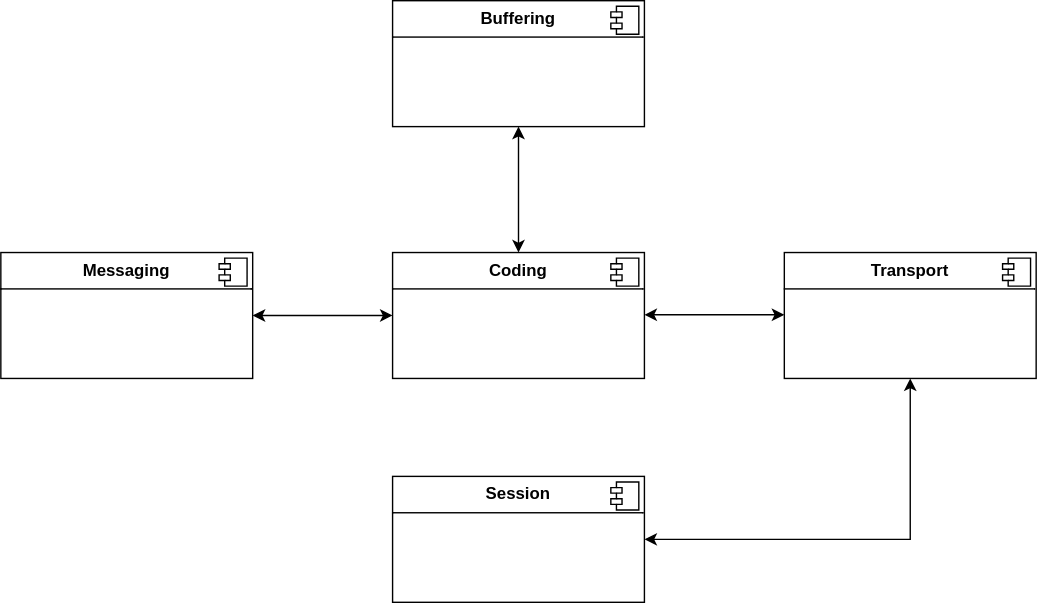
Before: images/core_design.svg, a diagram exported from draw.io (BuzzX8/HyperMsg). Source tidied: cells renumbered, new cells last; positions are measured from the earlier drawing's top-left corner, leaving out a move shared by most shapes.
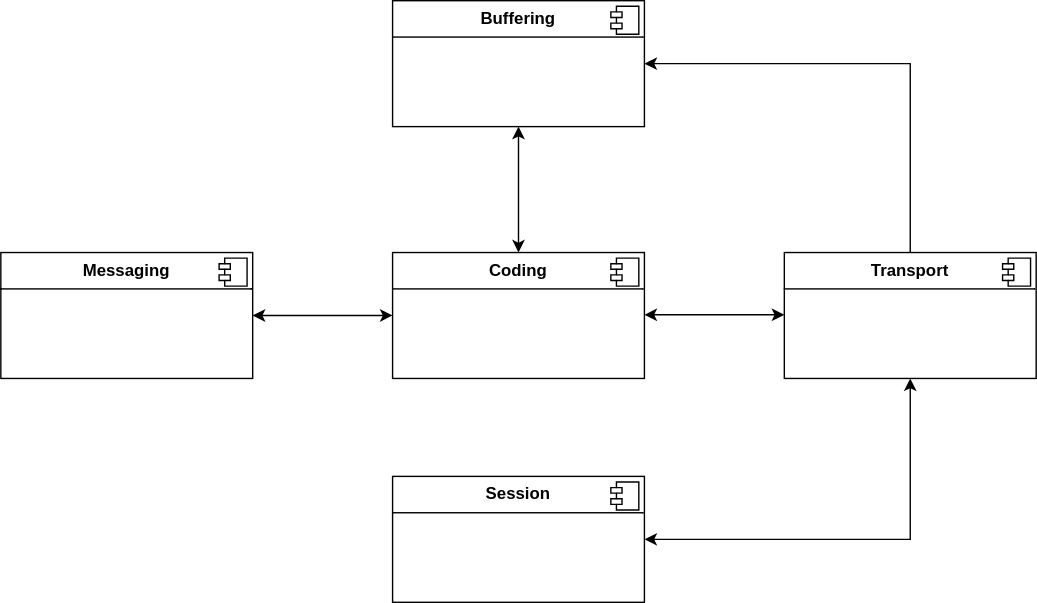
Above is the later version.

The edit, as a diff of the source:
```diff
@@ -18,6 +18,9 @@
         <mxPoint x="-24" y="4" as="offset" />
       </mxGeometry>
     </mxCell>
+    <mxCell id="16" style="edgeStyle=orthogonalEdgeStyle;rounded=0;jettySize=auto;html=1;exitX=0.5;exitY=0;exitDx=0;exitDy=0;entryX=1;entryY=0.5;entryDx=0;entryDy=0;" parent="1" edge="1" source="6" target="2">
+      <mxGeometry relative="1" as="geometry" />
+    </mxCell>
     <mxCell id="6" value="&lt;p style=&quot;margin:0px;margin-top:6px;text-align:center;&quot;&gt;&lt;b&gt;Transport&lt;/b&gt;&lt;/p&gt;&lt;hr size=&quot;1&quot; style=&quot;border-style:solid;&quot;&gt;&lt;p style=&quot;margin:0px;margin-left:8px;&quot;&gt;&lt;br&gt;&lt;/p&gt;" style="align=left;overflow=fill;html=1;whiteSpace=wrap;" parent="1" vertex="1">
       <mxGeometry x="560" y="180" width="180" height="90" as="geometry" />
     </mxCell>
```
